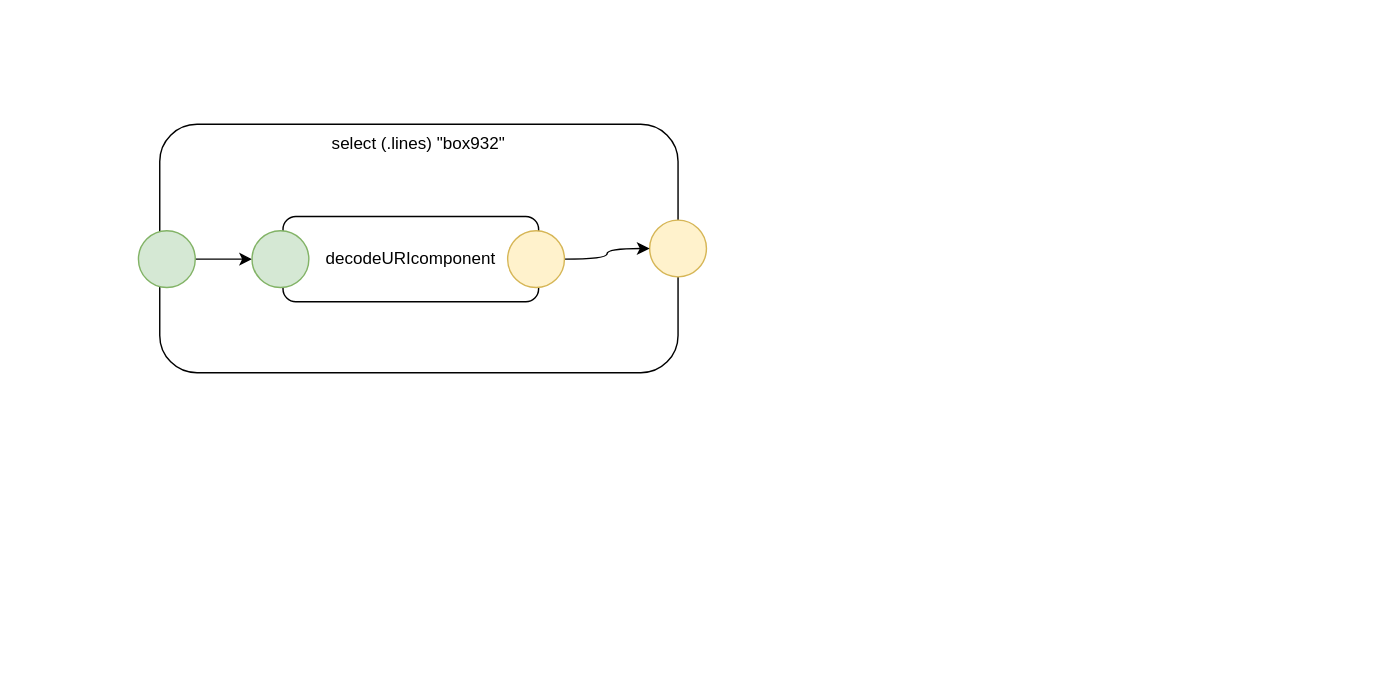
The draw.io diagram page "tick" (6 of 6) of emitcpp.drawio in guitarvydas/behavior_tree_to_cpp, before the edit. Source tidied: cells renumbered, new cells numbered last; positions are measured from the earlier drawing's top-left corner, leaving out a move shared by most shapes. Both pictures are drawn from the tidied source at 142%, with x=0, y=0 at pixel (138, 124).
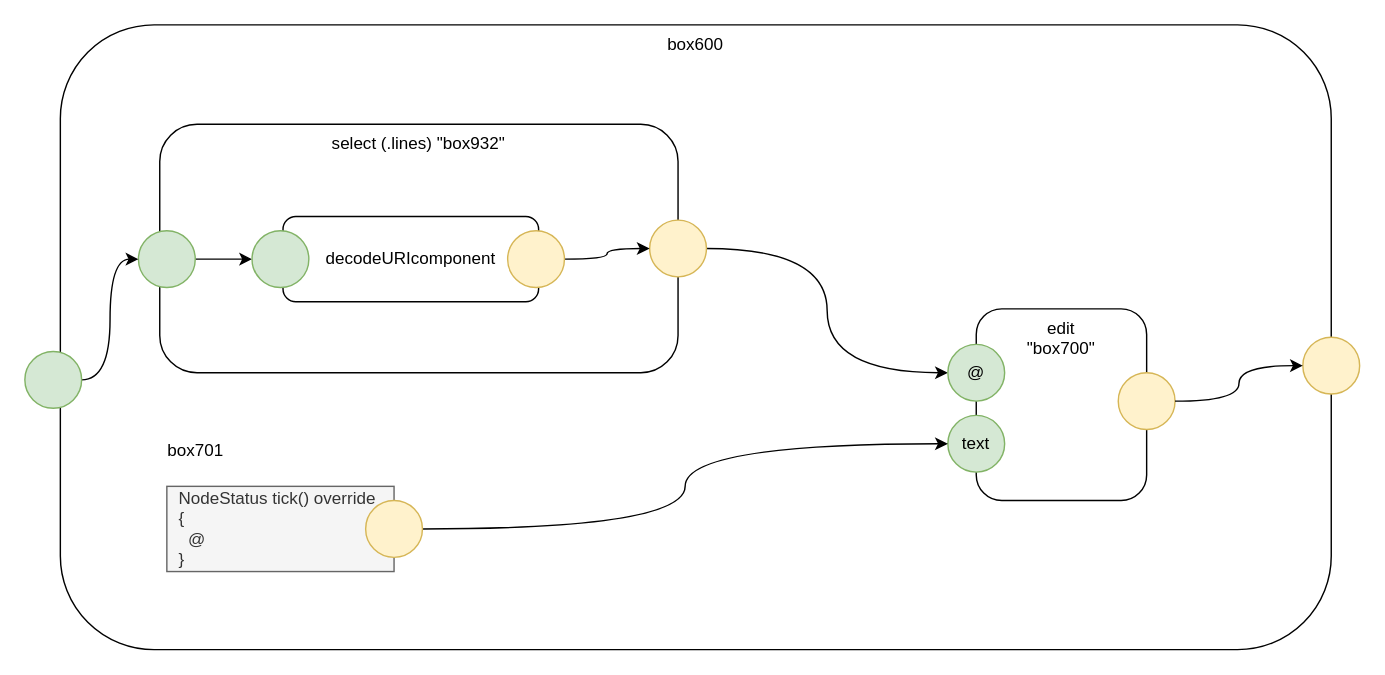
Above is the later version.

Commit message (it also covers changes not shown here):
fix tick emitter

The change refers to these unchanged cells:
```xml
<mxCell id="4" style="ellipse;whiteSpace=wrap;html=1;strokeColor=#82b366;align=center;fillColor=#d5e8d4;" parent="1" vertex="1">
  <mxGeometry y="75" width="40" height="40" as="geometry" />
</mxCell>
<mxCell id="5" style="ellipse;whiteSpace=wrap;html=1;strokeColor=#d6b656;align=center;fillColor=#fff2cc;" parent="1" vertex="1">
  <mxGeometry x="360" y="67.5" width="40" height="40" as="geometry" />
</mxCell>
```

The edit, as a diff of the source:
```diff
@@
+    <mxCell id="10" value="box600" style="rounded=1;whiteSpace=wrap;html=1;strokeColor=#000000;fillColor=#ffffff;align=center;verticalAlign=top;" parent="1" vertex="1">
+      <mxGeometry x="-55" y="-70" width="895" height="440" as="geometry" />
+    </mxCell>
@@
+    <mxCell id="11" style="edgeStyle=orthogonalEdgeStyle;curved=1;jettySize=auto;html=1;exitX=1;exitY=0.5;exitDx=0;exitDy=0;entryX=0;entryY=0.5;entryDx=0;entryDy=0;" parent="1" edge="1" source="5" target="14">
+      <mxGeometry relative="1" as="geometry" />
+    </mxCell>
@@
+    <mxCell id="12" style="group;" parent="1" vertex="1">
+      <mxGeometry x="570" y="130" width="160" height="135" as="geometry" />
+    </mxCell>
+    <mxCell id="13" value="edit&lt;br&gt;&quot;box700&quot;" style="rounded=1;whiteSpace=wrap;html=1;strokeColor=#000000;align=center;verticalAlign=top;" parent="12" vertex="1">
+      <mxGeometry x="20" width="120" height="135" as="geometry" />
+    </mxCell>
+    <mxCell id="14" value="@" style="ellipse;whiteSpace=wrap;html=1;strokeColor=#82b366;align=center;fillColor=#d5e8d4;" parent="12" vertex="1">
+      <mxGeometry y="25" width="40" height="40" as="geometry" />
+    </mxCell>
+    <mxCell id="15" value="text" style="ellipse;whiteSpace=wrap;html=1;strokeColor=#82b366;align=center;fillColor=#d5e8d4;" parent="12" vertex="1">
+      <mxGeometry y="75" width="40" height="40" as="geometry" />
+    </mxCell>
+    <mxCell id="16" style="ellipse;whiteSpace=wrap;html=1;strokeColor=#d6b656;align=center;fillColor=#fff2cc;" parent="12" vertex="1">
+      <mxGeometry x="120" y="45" width="40" height="40" as="geometry" />
+    </mxCell>
+    <mxCell id="17" value="&lt;div&gt;&amp;nbsp; NodeStatus tick() override&lt;/div&gt;&lt;div&gt;&amp;nbsp; {&lt;/div&gt;&lt;div&gt;&lt;span&gt;&amp;nbsp; &amp;nbsp; @&lt;/span&gt;&lt;/div&gt;&lt;div&gt;&lt;span&gt;&amp;nbsp; }&lt;/span&gt;&lt;/div&gt;" style="text;html=1;align=left;verticalAlign=middle;strokeColor=#666666;fillColor=#f5f5f5;fontColor=#333333;" parent="1" vertex="1">
+      <mxGeometry x="20" y="255" width="160" height="60" as="geometry" />
+    </mxCell>
+    <mxCell id="18" style="edgeStyle=orthogonalEdgeStyle;jettySize=auto;html=1;exitX=1;exitY=0.5;exitDx=0;exitDy=0;entryX=0;entryY=0.5;entryDx=0;entryDy=0;curved=1;" parent="1" edge="1" source="19" target="15">
+      <mxGeometry relative="1" as="geometry" />
+    </mxCell>
+    <mxCell id="19" style="ellipse;whiteSpace=wrap;html=1;strokeColor=#d6b656;align=center;fillColor=#fff2cc;" parent="1" vertex="1">
+      <mxGeometry x="160" y="265" width="40" height="40" as="geometry" />
+    </mxCell>
+    <mxCell id="20" value="box701" style="text;html=1;align=center;verticalAlign=middle;strokeColor=none;" parent="1" vertex="1">
+      <mxGeometry x="15" y="220" width="50" height="20" as="geometry" />
+    </mxCell>
+    <mxCell id="21" style="edgeStyle=orthogonalEdgeStyle;curved=1;jettySize=auto;html=1;exitX=1;exitY=0.5;exitDx=0;exitDy=0;entryX=0;entryY=0.5;entryDx=0;entryDy=0;" parent="1" edge="1" source="22" target="4">
+      <mxGeometry relative="1" as="geometry" />
+    </mxCell>
+    <mxCell id="22" style="ellipse;whiteSpace=wrap;html=1;strokeColor=#82b366;align=center;fillColor=#d5e8d4;" parent="1" vertex="1">
+      <mxGeometry x="-80" y="160" width="40" height="40" as="geometry" />
+    </mxCell>
+    <mxCell id="23" style="ellipse;whiteSpace=wrap;html=1;strokeColor=#d6b656;align=center;fillColor=#fff2cc;" parent="1" vertex="1">
+      <mxGeometry x="820" y="150" width="40" height="40" as="geometry" />
+    </mxCell>
+    <mxCell id="24" style="edgeStyle=orthogonalEdgeStyle;curved=1;jettySize=auto;html=1;exitX=1;exitY=0.5;exitDx=0;exitDy=0;entryX=0;entryY=0.5;entryDx=0;entryDy=0;" parent="1" edge="1" source="16" target="23">
+      <mxGeometry relative="1" as="geometry" />
+    </mxCell>
```
